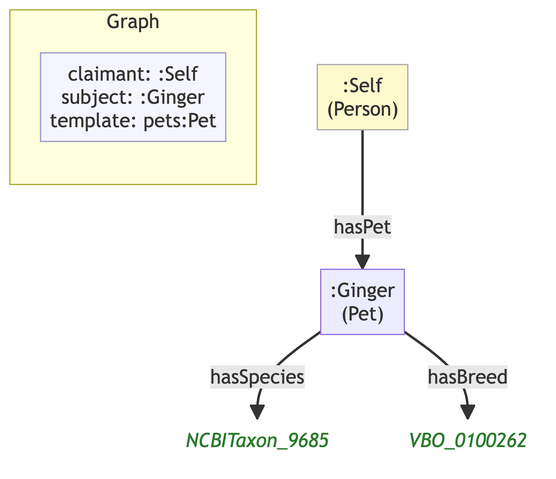
Earlier version of the Mermaid export example/graphs/images/graph-37.png (MeeFoundation/mia-ontologies). Its source is kept beside it as example/graphs/images/graph-37.mmd. The source it was exported from:
```mermaid
flowchart TD
    classDef person fill:#fffacd,stroke:#aaa,color:#333
    classDef org    fill:#cce5ff,stroke:#aaa,color:#333
    classDef lit    fill:none,stroke:none,font-style:italic,color:#2a7a2a
    classDef meta   fill:#f5f5ff,stroke:#9999cc,color:#333

    subgraph ctx["Graph"]
        direction LR
        ctx_meta["claimant: :Self\nsubject: :Ginger\ntemplate: pets:Pet"]:::meta
    end

    nd44f902e3f9e[":Ginger\n(Pet)"]
    n956f63fdbc96("NCBITaxon_9685"):::lit
    n9e505e1dc69a("VBO_0100262"):::lit
    ne0c3ba92f1db[":Self\n(Person)"]:::person

    nd44f902e3f9e -->|"hasSpecies"| n956f63fdbc96
    nd44f902e3f9e -->|"hasBreed"| n9e505e1dc69a
    ne0c3ba92f1db -->|"hasPet"| nd44f902e3f9e
```
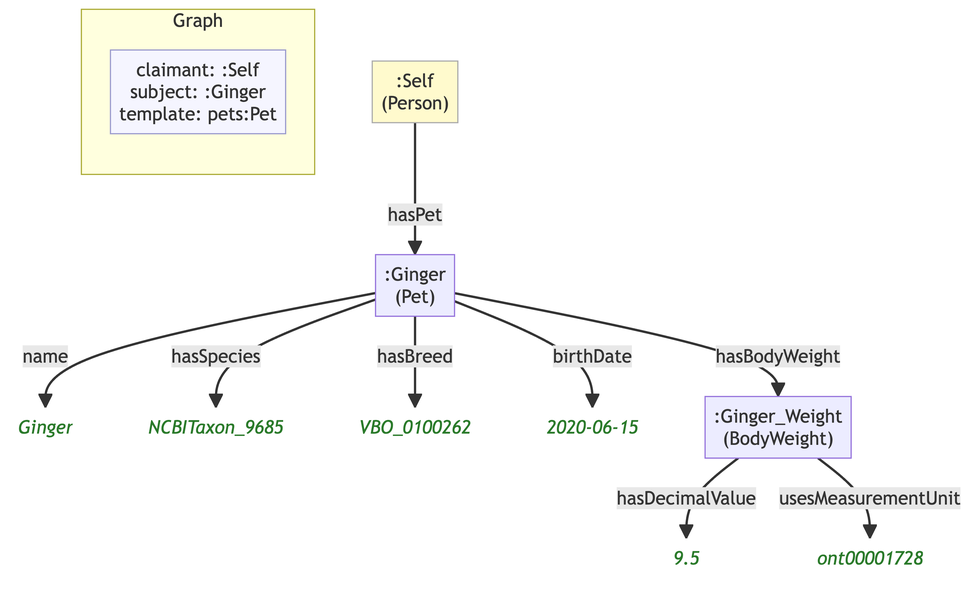
The same file after the commit.

Commit message:
Add name, birth date, and body weight to pets:Pet / :PetShape

Diff of the diagram source:
```diff
@@ -10,10 +10,20 @@
     end
 
     nd44f902e3f9e[":Ginger\n(Pet)"]
+    n3ca0c7faebe5("Ginger"):::lit
     n956f63fdbc96("NCBITaxon_9685"):::lit
     n9e505e1dc69a("VBO_0100262"):::lit
+    ne20592b7b4fa("2020-06-15"):::lit
+    nd98aabc76a0e[":Ginger_Weight\n(BodyWeight)"]
+    nd93284aad1dc("9.5"):::lit
+    nfacd527fabed("ont00001728"):::lit
     ne0c3ba92f1db[":Self\n(Person)"]:::person
 
+    nd44f902e3f9e -->|"name"| n3ca0c7faebe5
     nd44f902e3f9e -->|"hasSpecies"| n956f63fdbc96
     nd44f902e3f9e -->|"hasBreed"| n9e505e1dc69a
+    nd44f902e3f9e -->|"birthDate"| ne20592b7b4fa
+    nd44f902e3f9e -->|"hasBodyWeight"| nd98aabc76a0e
+    nd98aabc76a0e -->|"hasDecimalValue"| nd93284aad1dc
+    nd98aabc76a0e -->|"usesMeasurementUnit"| nfacd527fabed
     ne0c3ba92f1db -->|"hasPet"| nd44f902e3f9e
```
